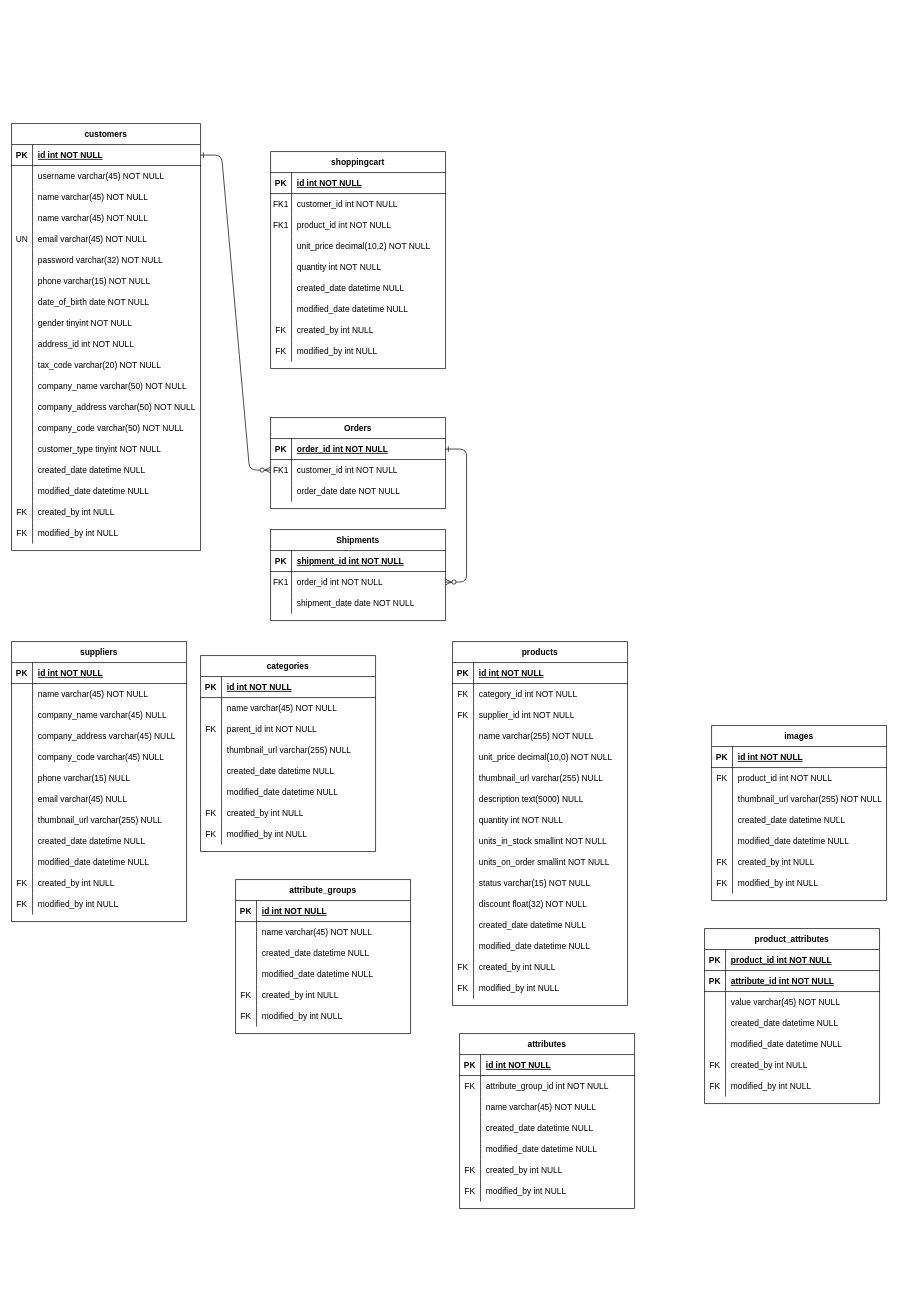
Before: assets/db/erd.drawio in anhnbt-it/e-Commerce-CMS, a draw.io diagram. Source tidied: cells renumbered, new cells numbered last; positions are measured from the earlier drawing's top-left corner, leaving out a move shared by most shapes. Both pictures are drawn from the tidied source at 70%, with x=0, y=0 at pixel (11, 123).
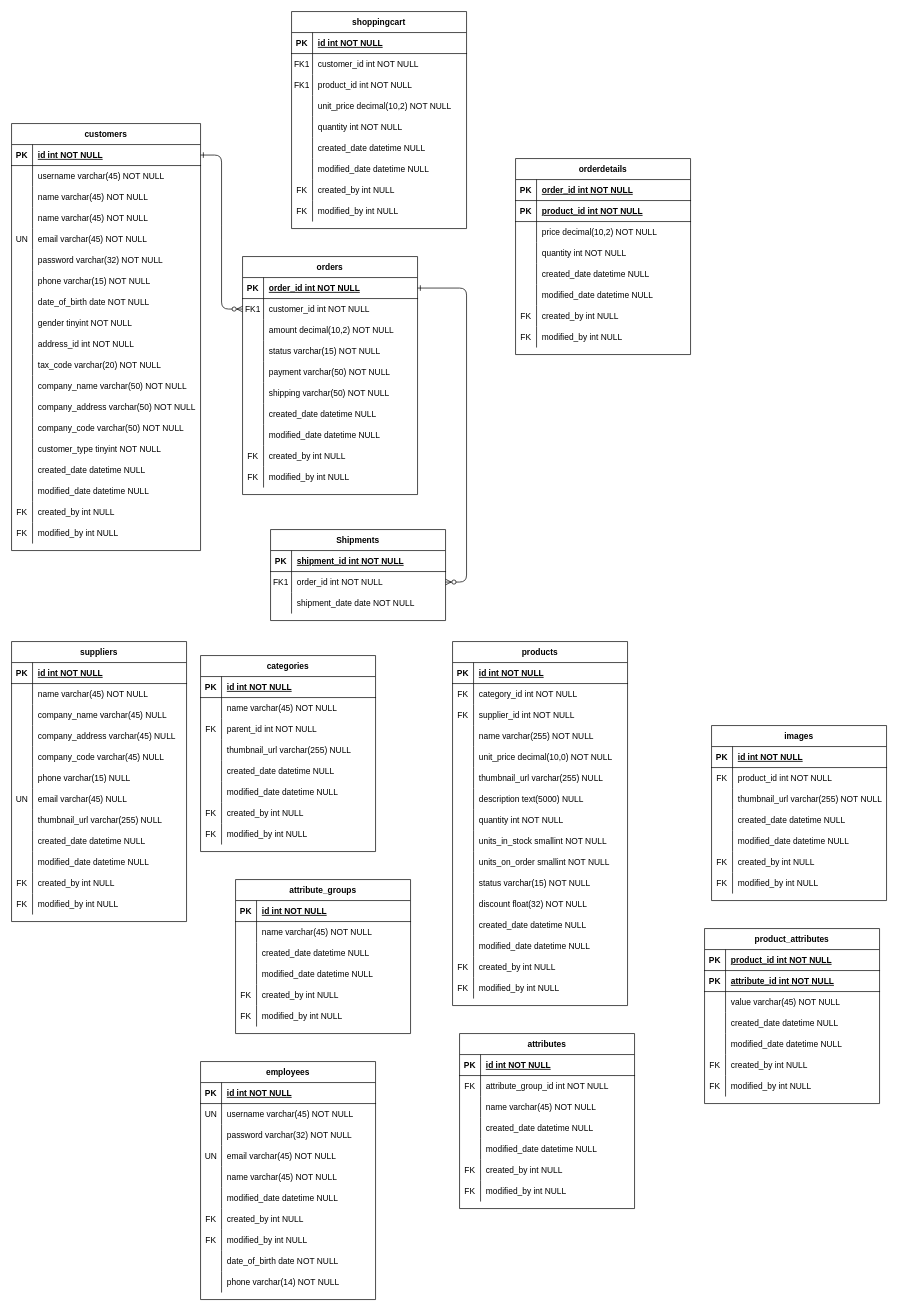
Above is the later version.

The change refers to these unchanged cells:
```xml
<mxCell id="11" style="shape=partialRectangle;fillColor=none;top=0;left=0;right=0;bottom=0;" parent="4" vertex="1">
  <mxGeometry y="90" width="250" height="30" as="geometry" />
</mxCell>
<mxCell id="175" style="shape=partialRectangle;fillColor=none;top=0;left=0;right=0;bottom=0;" parent="156" vertex="1">
  <mxGeometry y="210" width="250" height="30" as="geometry" />
</mxCell>
```

What changed in the source:
```diff
@@
-    <mxCell id="4" value="Orders" style="shape=table;startSize=30;childLayout=tableLayout;rowLines=0;fontStyle=1;align=center;" parent="1" vertex="1">
-      <mxGeometry x="370" y="420" width="250" height="130" as="geometry" />
+    <mxCell id="4" value="orders" style="shape=table;startSize=30;childLayout=tableLayout;rowLines=0;fontStyle=1;align=center;" parent="1" vertex="1">
+      <mxGeometry x="330" y="190" width="250" height="340" as="geometry" />
     </mxCell>
@@
-    <mxCell id="13" value="order_date date NOT NULL" style="shape=partialRectangle;overflow=hidden;fillColor=none;top=0;left=0;bottom=0;right=0;align=left;spacingLeft=6;" parent="11" vertex="1">
+    <mxCell id="13" value="amount decimal(10,2) NOT NULL" style="shape=partialRectangle;overflow=hidden;fillColor=none;top=0;left=0;bottom=0;right=0;align=left;spacingLeft=6;" parent="11" vertex="1">
       <mxGeometry x="30" width="220" height="30" as="geometry" />
     </mxCell>
+    <mxCell id="307" style="shape=partialRectangle;fillColor=none;top=0;left=0;right=0;bottom=0;" parent="4" vertex="1">
+      <mxGeometry y="120" width="250" height="30" as="geometry" />
+    </mxCell>
+    <mxCell id="308" style="shape=partialRectangle;overflow=hidden;fillColor=none;top=0;left=0;bottom=0;right=0;" parent="307" vertex="1">
+      <mxGeometry width="30" height="30" as="geometry" />
+    </mxCell>
+    <mxCell id="309" value="status varchar(15) NOT NULL" style="shape=partialRectangle;overflow=hidden;fillColor=none;top=0;left=0;bottom=0;right=0;align=left;spacingLeft=6;" parent="307" vertex="1">
+      <mxGeometry x="30" width="220" height="30" as="geometry" />
+    </mxCell>
+    <mxCell id="310" style="shape=partialRectangle;fillColor=none;top=0;left=0;right=0;bottom=0;" parent="4" vertex="1">
+      <mxGeometry y="150" width="250" height="30" as="geometry" />
+    </mxCell>
+    <mxCell id="311" style="shape=partialRectangle;overflow=hidden;fillColor=none;top=0;left=0;bottom=0;right=0;" parent="310" vertex="1">
+      <mxGeometry width="30" height="30" as="geometry" />
+    </mxCell>
+    <mxCell id="312" value="payment varchar(50) NOT NULL" style="shape=partialRectangle;overflow=hidden;fillColor=none;top=0;left=0;bottom=0;right=0;align=left;spacingLeft=6;" parent="310" vertex="1">
+      <mxGeometry x="30" width="220" height="30" as="geometry" />
+    </mxCell>
+    <mxCell id="313" style="shape=partialRectangle;fillColor=none;top=0;left=0;right=0;bottom=0;" parent="4" vertex="1">
+      <mxGeometry y="180" width="250" height="30" as="geometry" />
+    </mxCell>
+    <mxCell id="314" style="shape=partialRectangle;overflow=hidden;fillColor=none;top=0;left=0;bottom=0;right=0;" parent="313" vertex="1">
+      <mxGeometry width="30" height="30" as="geometry" />
+    </mxCell>
+    <mxCell id="315" value="shipping varchar(50) NOT NULL" style="shape=partialRectangle;overflow=hidden;fillColor=none;top=0;left=0;bottom=0;right=0;align=left;spacingLeft=6;" parent="313" vertex="1">
+      <mxGeometry x="30" width="220" height="30" as="geometry" />
+    </mxCell>
+    <mxCell id="316" style="shape=partialRectangle;fillColor=none;top=0;left=0;right=0;bottom=0;" parent="4" vertex="1">
+      <mxGeometry y="210" width="250" height="30" as="geometry" />
+    </mxCell>
+    <mxCell id="317" style="shape=partialRectangle;overflow=hidden;fillColor=none;top=0;left=0;bottom=0;right=0;" parent="316" vertex="1">
+      <mxGeometry width="30" height="30" as="geometry" />
+    </mxCell>
+    <mxCell id="318" value="created_date datetime NULL" style="shape=partialRectangle;overflow=hidden;fillColor=none;top=0;left=0;bottom=0;right=0;align=left;spacingLeft=6;" parent="316" vertex="1">
+      <mxGeometry x="30" width="220" height="30" as="geometry" />
+    </mxCell>
+    <mxCell id="319" style="shape=partialRectangle;fillColor=none;top=0;left=0;right=0;bottom=0;" parent="4" vertex="1">
+      <mxGeometry y="240" width="250" height="30" as="geometry" />
+    </mxCell>
+    <mxCell id="320" style="shape=partialRectangle;overflow=hidden;fillColor=none;top=0;left=0;bottom=0;right=0;" parent="319" vertex="1">
+      <mxGeometry width="30" height="30" as="geometry" />
+    </mxCell>
+    <mxCell id="321" value="modified_date datetime NULL" style="shape=partialRectangle;overflow=hidden;fillColor=none;top=0;left=0;bottom=0;right=0;align=left;spacingLeft=6;" parent="319" vertex="1">
+      <mxGeometry x="30" width="220" height="30" as="geometry" />
+    </mxCell>
+    <mxCell id="322" style="shape=partialRectangle;fillColor=none;top=0;left=0;right=0;bottom=0;" parent="4" vertex="1">
+      <mxGeometry y="270" width="250" height="30" as="geometry" />
+    </mxCell>
+    <mxCell id="323" value="FK" style="shape=partialRectangle;overflow=hidden;fillColor=none;top=0;left=0;bottom=0;right=0;" parent="322" vertex="1">
+      <mxGeometry width="30" height="30" as="geometry" />
+    </mxCell>
+    <mxCell id="324" value="created_by int NULL" style="shape=partialRectangle;overflow=hidden;fillColor=none;top=0;left=0;bottom=0;right=0;align=left;spacingLeft=6;" parent="322" vertex="1">
+      <mxGeometry x="30" width="220" height="30" as="geometry" />
+    </mxCell>
+    <mxCell id="325" style="shape=partialRectangle;fillColor=none;top=0;left=0;right=0;bottom=0;" parent="4" vertex="1">
+      <mxGeometry y="300" width="250" height="30" as="geometry" />
+    </mxCell>
+    <mxCell id="326" value="FK" style="shape=partialRectangle;overflow=hidden;fillColor=none;top=0;left=0;bottom=0;right=0;" parent="325" vertex="1">
+      <mxGeometry width="30" height="30" as="geometry" />
+    </mxCell>
+    <mxCell id="327" value="modified_by int NULL" style="shape=partialRectangle;overflow=hidden;fillColor=none;top=0;left=0;bottom=0;right=0;align=left;spacingLeft=6;" parent="325" vertex="1">
+      <mxGeometry x="30" width="220" height="30" as="geometry" />
+    </mxCell>
@@
-    <mxCell id="176" style="shape=partialRectangle;overflow=hidden;fillColor=none;top=0;left=0;bottom=0;right=0;" parent="175" vertex="1">
+    <mxCell id="176" value="UN" style="shape=partialRectangle;overflow=hidden;fillColor=none;top=0;left=0;bottom=0;right=0;" parent="175" vertex="1">
       <mxGeometry width="30" height="30" as="geometry" />
     </mxCell>
@@
     <mxCell id="278" value="shoppingcart" style="shape=table;startSize=30;childLayout=tableLayout;rowLines=0;fontStyle=1;align=center;" parent="1" vertex="1">
-      <mxGeometry x="370" y="40" width="250" height="310" as="geometry" />
+      <mxGeometry x="400" y="-160" width="250" height="310" as="geometry" />
     </mxCell>
@@
+    <mxCell id="328" value="orderdetails" style="shape=table;startSize=30;childLayout=tableLayout;rowLines=0;fontStyle=1;align=center;" parent="1" vertex="1">
+      <mxGeometry x="720" y="50" width="250" height="280" as="geometry" />
+    </mxCell>
+    <mxCell id="329" style="shape=partialRectangle;fillColor=none;top=0;left=0;right=0;bottom=1;" parent="328" vertex="1">
+      <mxGeometry y="30" width="250" height="30" as="geometry" />
+    </mxCell>
+    <mxCell id="330" value="PK" style="shape=partialRectangle;overflow=hidden;fillColor=none;top=0;left=0;bottom=0;right=0;fontStyle=1;" parent="329" vertex="1">
+      <mxGeometry width="30" height="30" as="geometry" />
+    </mxCell>
+    <mxCell id="331" value="order_id int NOT NULL " style="shape=partialRectangle;overflow=hidden;fillColor=none;top=0;left=0;bottom=0;right=0;align=left;spacingLeft=6;fontStyle=5;" parent="329" vertex="1">
+      <mxGeometry x="30" width="220" height="30" as="geometry" />
+    </mxCell>
+    <mxCell id="332" style="shape=partialRectangle;fillColor=none;top=0;left=0;right=0;bottom=1;" parent="328" vertex="1">
+      <mxGeometry y="60" width="250" height="30" as="geometry" />
+    </mxCell>
+    <mxCell id="333" value="PK" style="shape=partialRectangle;overflow=hidden;fillColor=none;top=0;left=0;bottom=0;right=0;fontStyle=1;" parent="332" vertex="1">
+      <mxGeometry width="30" height="30" as="geometry" />
+    </mxCell>
+    <mxCell id="334" value="product_id int NOT NULL " style="shape=partialRectangle;overflow=hidden;fillColor=none;top=0;left=0;bottom=0;right=0;align=left;spacingLeft=6;fontStyle=5;" parent="332" vertex="1">
+      <mxGeometry x="30" width="220" height="30" as="geometry" />
+    </mxCell>
+    <mxCell id="335" style="shape=partialRectangle;fillColor=none;top=0;left=0;right=0;bottom=0;" parent="328" vertex="1">
+      <mxGeometry y="90" width="250" height="30" as="geometry" />
+    </mxCell>
+    <mxCell id="336" style="shape=partialRectangle;overflow=hidden;fillColor=none;top=0;left=0;bottom=0;right=0;" parent="335" vertex="1">
+      <mxGeometry width="30" height="30" as="geometry" />
+    </mxCell>
+    <mxCell id="337" value="price decimal(10,2) NOT NULL" style="shape=partialRectangle;overflow=hidden;fillColor=none;top=0;left=0;bottom=0;right=0;align=left;spacingLeft=6;" parent="335" vertex="1">
+      <mxGeometry x="30" width="220" height="30" as="geometry" />
+    </mxCell>
+    <mxCell id="338" style="shape=partialRectangle;fillColor=none;top=0;left=0;right=0;bottom=0;" parent="328" vertex="1">
+      <mxGeometry y="120" width="250" height="30" as="geometry" />
+    </mxCell>
+    <mxCell id="339" style="shape=partialRectangle;overflow=hidden;fillColor=none;top=0;left=0;bottom=0;right=0;" parent="338" vertex="1">
+      <mxGeometry width="30" height="30" as="geometry" />
+    </mxCell>
+    <mxCell id="340" value="quantity int NOT NULL" style="shape=partialRectangle;overflow=hidden;fillColor=none;top=0;left=0;bottom=0;right=0;align=left;spacingLeft=6;" parent="338" vertex="1">
+      <mxGeometry x="30" width="220" height="30" as="geometry" />
+    </mxCell>
+    <mxCell id="341" style="shape=partialRectangle;fillColor=none;top=0;left=0;right=0;bottom=0;" parent="328" vertex="1">
+      <mxGeometry y="150" width="250" height="30" as="geometry" />
+    </mxCell>
+    <mxCell id="342" style="shape=partialRectangle;overflow=hidden;fillColor=none;top=0;left=0;bottom=0;right=0;" parent="341" vertex="1">
+      <mxGeometry width="30" height="30" as="geometry" />
+    </mxCell>
+    <mxCell id="343" value="created_date datetime NULL" style="shape=partialRectangle;overflow=hidden;fillColor=none;top=0;left=0;bottom=0;right=0;align=left;spacingLeft=6;" parent="341" vertex="1">
+      <mxGeometry x="30" width="220" height="30" as="geometry" />
+    </mxCell>
+    <mxCell id="344" style="shape=partialRectangle;fillColor=none;top=0;left=0;right=0;bottom=0;" parent="328" vertex="1">
+      <mxGeometry y="180" width="250" height="30" as="geometry" />
+    </mxCell>
+    <mxCell id="345" style="shape=partialRectangle;overflow=hidden;fillColor=none;top=0;left=0;bottom=0;right=0;" parent="344" vertex="1">
+      <mxGeometry width="30" height="30" as="geometry" />
+    </mxCell>
+    <mxCell id="346" value="modified_date datetime NULL" style="shape=partialRectangle;overflow=hidden;fillColor=none;top=0;left=0;bottom=0;right=0;align=left;spacingLeft=6;" parent="344" vertex="1">
+      <mxGeometry x="30" width="220" height="30" as="geometry" />
+    </mxCell>
+    <mxCell id="347" style="shape=partialRectangle;fillColor=none;top=0;left=0;right=0;bottom=0;" parent="328" vertex="1">
+      <mxGeometry y="210" width="250" height="30" as="geometry" />
+    </mxCell>
+    <mxCell id="348" value="FK" style="shape=partialRectangle;overflow=hidden;fillColor=none;top=0;left=0;bottom=0;right=0;" parent="347" vertex="1">
+      <mxGeometry width="30" height="30" as="geometry" />
+    </mxCell>
+    <mxCell id="349" value="created_by int NULL" style="shape=partialRectangle;overflow=hidden;fillColor=none;top=0;left=0;bottom=0;right=0;align=left;spacingLeft=6;" parent="347" vertex="1">
+      <mxGeometry x="30" width="220" height="30" as="geometry" />
+    </mxCell>
+    <mxCell id="350" style="shape=partialRectangle;fillColor=none;top=0;left=0;right=0;bottom=0;" parent="328" vertex="1">
+      <mxGeometry y="240" width="250" height="30" as="geometry" />
+    </mxCell>
+    <mxCell id="351" value="FK" style="shape=partialRectangle;overflow=hidden;fillColor=none;top=0;left=0;bottom=0;right=0;" parent="350" vertex="1">
+      <mxGeometry width="30" height="30" as="geometry" />
+    </mxCell>
+    <mxCell id="352" value="modified_by int NULL" style="shape=partialRectangle;overflow=hidden;fillColor=none;top=0;left=0;bottom=0;right=0;align=left;spacingLeft=6;" parent="350" vertex="1">
+      <mxGeometry x="30" width="220" height="30" as="geometry" />
+    </mxCell>
+    <mxCell id="353" value="employees" style="shape=table;startSize=30;childLayout=tableLayout;rowLines=0;fontStyle=1;align=center;" parent="1" vertex="1">
+      <mxGeometry x="270" y="1340" width="250" height="340" as="geometry" />
+    </mxCell>
+    <mxCell id="354" style="shape=partialRectangle;fillColor=none;top=0;left=0;right=0;bottom=1;" parent="353" vertex="1">
+      <mxGeometry y="30" width="250" height="30" as="geometry" />
+    </mxCell>
+    <mxCell id="355" value="PK" style="shape=partialRectangle;overflow=hidden;fillColor=none;top=0;left=0;bottom=0;right=0;fontStyle=1;" parent="354" vertex="1">
+      <mxGeometry width="30" height="30" as="geometry" />
+    </mxCell>
+    <mxCell id="356" value="id int NOT NULL " style="shape=partialRectangle;overflow=hidden;fillColor=none;top=0;left=0;bottom=0;right=0;align=left;spacingLeft=6;fontStyle=5;" parent="354" vertex="1">
+      <mxGeometry x="30" width="220" height="30" as="geometry" />
+    </mxCell>
+    <mxCell id="357" style="shape=partialRectangle;fillColor=none;top=0;left=0;right=0;bottom=0;" parent="353" vertex="1">
+      <mxGeometry y="60" width="250" height="30" as="geometry" />
+    </mxCell>
+    <mxCell id="358" value="UN" style="shape=partialRectangle;overflow=hidden;fillColor=none;top=0;left=0;bottom=0;right=0;" parent="357" vertex="1">
+      <mxGeometry width="30" height="30" as="geometry" />
+    </mxCell>
+    <mxCell id="359" value="username varchar(45) NOT NULL" style="shape=partialRectangle;overflow=hidden;fillColor=none;top=0;left=0;bottom=0;right=0;align=left;spacingLeft=6;" parent="357" vertex="1">
+      <mxGeometry x="30" width="220" height="30" as="geometry" />
+    </mxCell>
+    <mxCell id="360" style="shape=partialRectangle;fillColor=none;top=0;left=0;right=0;bottom=0;" parent="353" vertex="1">
+      <mxGeometry y="90" width="250" height="30" as="geometry" />
+    </mxCell>
+    <mxCell id="361" style="shape=partialRectangle;overflow=hidden;fillColor=none;top=0;left=0;bottom=0;right=0;" parent="360" vertex="1">
+      <mxGeometry width="30" height="30" as="geometry" />
+    </mxCell>
+    <mxCell id="362" value="password varchar(32) NOT NULL" style="shape=partialRectangle;overflow=hidden;fillColor=none;top=0;left=0;bottom=0;right=0;align=left;spacingLeft=6;" parent="360" vertex="1">
+      <mxGeometry x="30" width="220" height="30" as="geometry" />
+    </mxCell>
+    <mxCell id="363" style="shape=partialRectangle;fillColor=none;top=0;left=0;right=0;bottom=0;" parent="353" vertex="1">
+      <mxGeometry y="120" width="250" height="30" as="geometry" />
+    </mxCell>
+    <mxCell id="364" value="UN" style="shape=partialRectangle;overflow=hidden;fillColor=none;top=0;left=0;bottom=0;right=0;" parent="363" vertex="1">
+      <mxGeometry width="30" height="30" as="geometry" />
+    </mxCell>
+    <mxCell id="365" value="email varchar(45) NOT NULL" style="shape=partialRectangle;overflow=hidden;fillColor=none;top=0;left=0;bottom=0;right=0;align=left;spacingLeft=6;" parent="363" vertex="1">
+      <mxGeometry x="30" width="220" height="30" as="geometry" />
+    </mxCell>
+    <mxCell id="366" style="shape=partialRectangle;fillColor=none;top=0;left=0;right=0;bottom=0;" parent="353" vertex="1">
+      <mxGeometry y="150" width="250" height="30" as="geometry" />
+    </mxCell>
+    <mxCell id="367" style="shape=partialRectangle;overflow=hidden;fillColor=none;top=0;left=0;bottom=0;right=0;" parent="366" vertex="1">
+      <mxGeometry width="30" height="30" as="geometry" />
+    </mxCell>
+    <mxCell id="368" value="name varchar(45) NOT NULL" style="shape=partialRectangle;overflow=hidden;fillColor=none;top=0;left=0;bottom=0;right=0;align=left;spacingLeft=6;" parent="366" vertex="1">
+      <mxGeometry x="30" width="220" height="30" as="geometry" />
+    </mxCell>
+    <mxCell id="369" style="shape=partialRectangle;fillColor=none;top=0;left=0;right=0;bottom=0;" parent="353" vertex="1">
+      <mxGeometry y="180" width="250" height="30" as="geometry" />
+    </mxCell>
+    <mxCell id="370" style="shape=partialRectangle;overflow=hidden;fillColor=none;top=0;left=0;bottom=0;right=0;" parent="369" vertex="1">
+      <mxGeometry width="30" height="30" as="geometry" />
+    </mxCell>
+    <mxCell id="371" value="modified_date datetime NULL" style="shape=partialRectangle;overflow=hidden;fillColor=none;top=0;left=0;bottom=0;right=0;align=left;spacingLeft=6;" parent="369" vertex="1">
+      <mxGeometry x="30" width="220" height="30" as="geometry" />
+    </mxCell>
+    <mxCell id="372" style="shape=partialRectangle;fillColor=none;top=0;left=0;right=0;bottom=0;" parent="353" vertex="1">
+      <mxGeometry y="210" width="250" height="30" as="geometry" />
+    </mxCell>
+    <mxCell id="373" value="FK" style="shape=partialRectangle;overflow=hidden;fillColor=none;top=0;left=0;bottom=0;right=0;" parent="372" vertex="1">
+      <mxGeometry width="30" height="30" as="geometry" />
+    </mxCell>
+    <mxCell id="374" value="created_by int NULL" style="shape=partialRectangle;overflow=hidden;fillColor=none;top=0;left=0;bottom=0;right=0;align=left;spacingLeft=6;" parent="372" vertex="1">
+      <mxGeometry x="30" width="220" height="30" as="geometry" />
+    </mxCell>
+    <mxCell id="375" style="shape=partialRectangle;fillColor=none;top=0;left=0;right=0;bottom=0;" parent="353" vertex="1">
+      <mxGeometry y="240" width="250" height="30" as="geometry" />
+    </mxCell>
+    <mxCell id="376" value="FK" style="shape=partialRectangle;overflow=hidden;fillColor=none;top=0;left=0;bottom=0;right=0;" parent="375" vertex="1">
+      <mxGeometry width="30" height="30" as="geometry" />
+    </mxCell>
+    <mxCell id="377" value="modified_by int NULL" style="shape=partialRectangle;overflow=hidden;fillColor=none;top=0;left=0;bottom=0;right=0;align=left;spacingLeft=6;" parent="375" vertex="1">
+      <mxGeometry x="30" width="220" height="30" as="geometry" />
+    </mxCell>
+    <mxCell id="378" style="shape=partialRectangle;fillColor=none;top=0;left=0;right=0;bottom=0;" parent="353" vertex="1">
+      <mxGeometry y="270" width="250" height="30" as="geometry" />
+    </mxCell>
+    <mxCell id="379" style="shape=partialRectangle;overflow=hidden;fillColor=none;top=0;left=0;bottom=0;right=0;" parent="378" vertex="1">
+      <mxGeometry width="30" height="30" as="geometry" />
+    </mxCell>
+    <mxCell id="380" value="date_of_birth date NOT NULL" style="shape=partialRectangle;overflow=hidden;fillColor=none;top=0;left=0;bottom=0;right=0;align=left;spacingLeft=6;" parent="378" vertex="1">
+      <mxGeometry x="30" width="220" height="30" as="geometry" />
+    </mxCell>
+    <mxCell id="381" style="shape=partialRectangle;fillColor=none;top=0;left=0;right=0;bottom=0;" parent="353" vertex="1">
+      <mxGeometry y="300" width="250" height="30" as="geometry" />
+    </mxCell>
+    <mxCell id="382" style="shape=partialRectangle;overflow=hidden;fillColor=none;top=0;left=0;bottom=0;right=0;" parent="381" vertex="1">
+      <mxGeometry width="30" height="30" as="geometry" />
+    </mxCell>
+    <mxCell id="383" value="phone varchar(14) NOT NULL" style="shape=partialRectangle;overflow=hidden;fillColor=none;top=0;left=0;bottom=0;right=0;align=left;spacingLeft=6;" parent="381" vertex="1">
+      <mxGeometry x="30" width="220" height="30" as="geometry" />
+    </mxCell>
```
